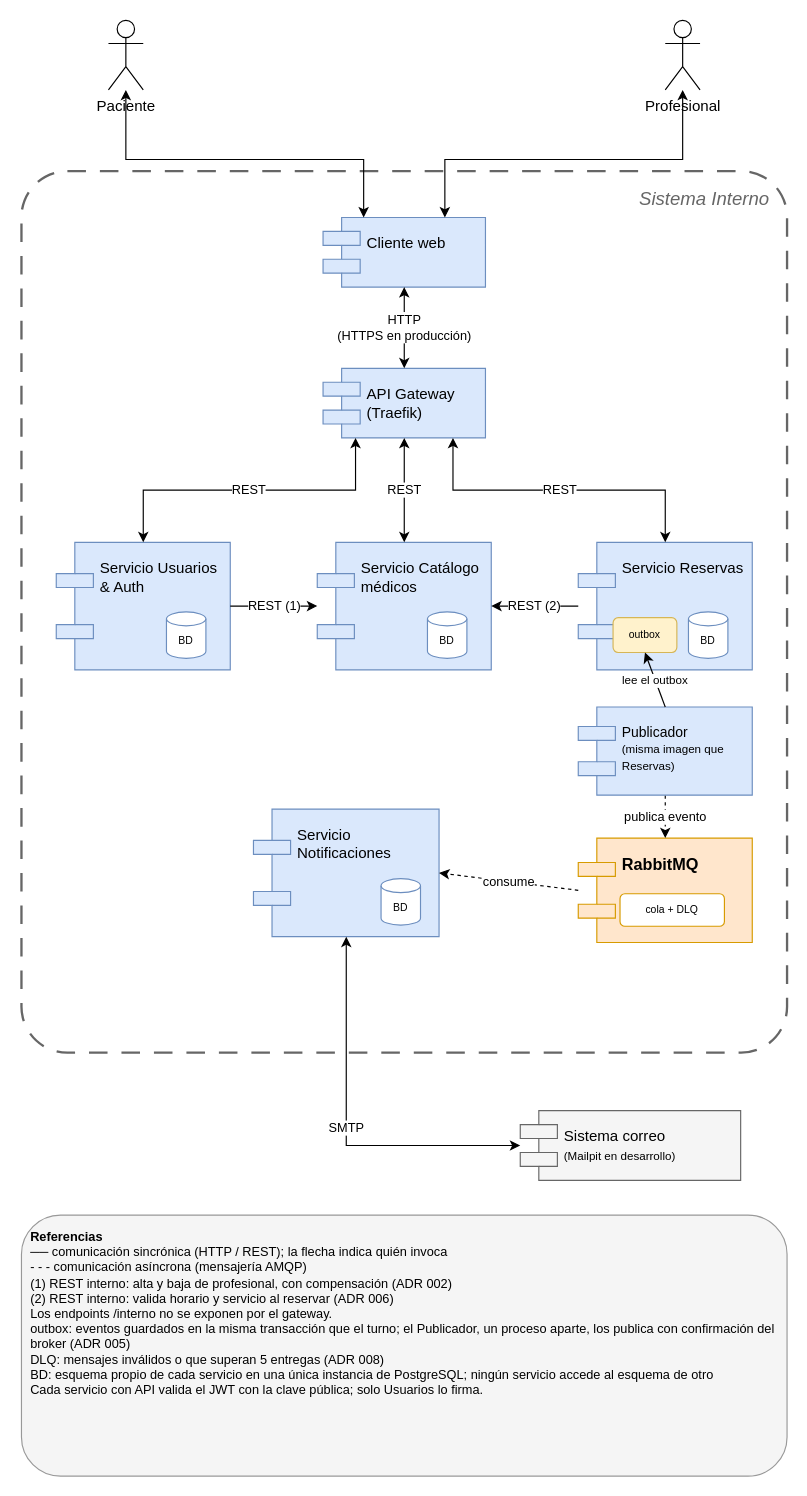
Above: docs/diagramas/arquitectura.drawio in PaoloPortugal/Sistemas-Distribuidos (draw.io), before the change. Source tidied: cells renumbered, new cells numbered last; positions are measured from the earlier drawing's top-left corner, leaving out a move shared by most shapes. Both pictures are drawn from the tidied source at 116%, with x=0, y=0 at pixel (21, 20).
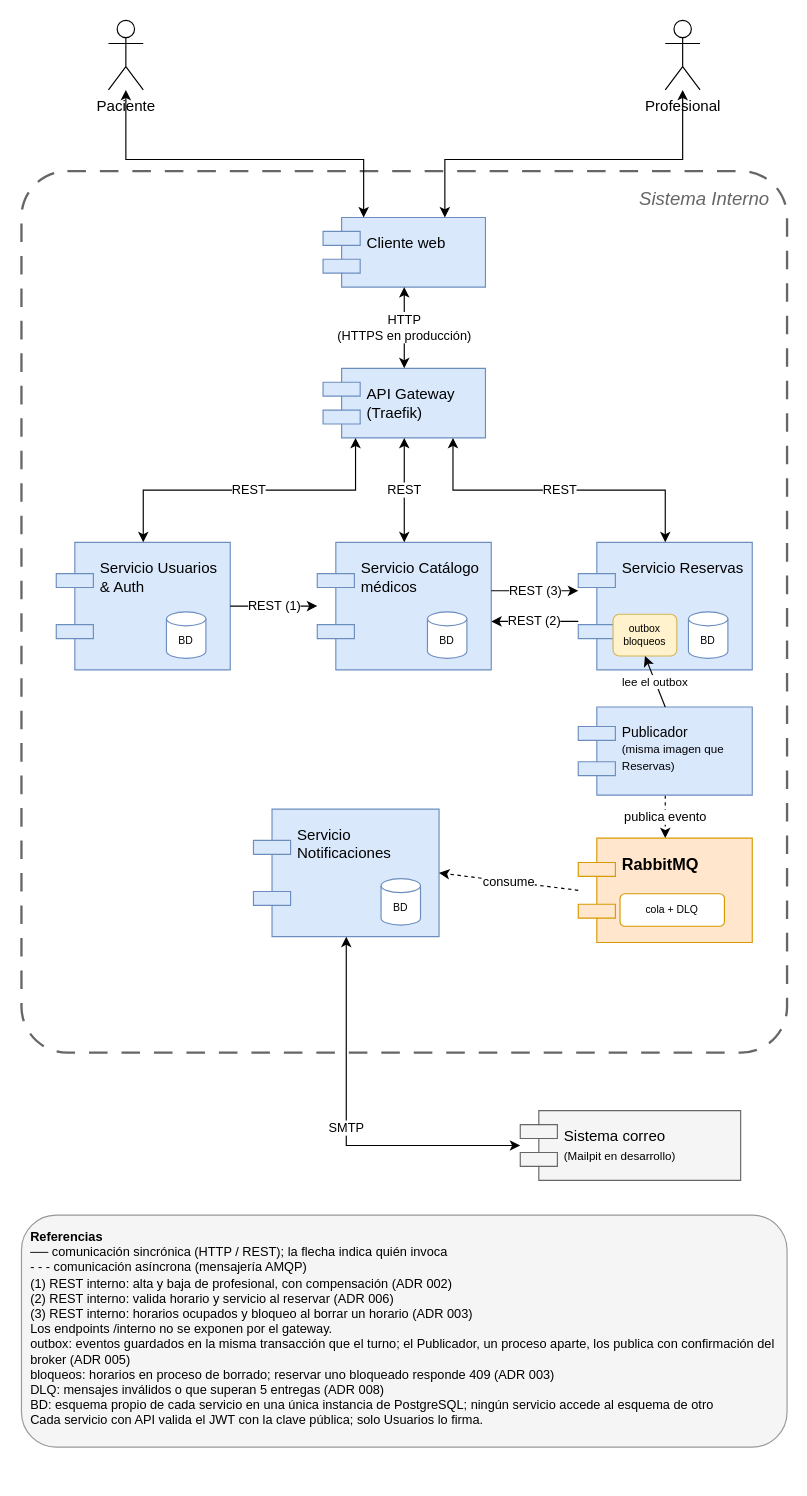
After the change.

Unchanged cells that the change refers to:
```xml
<mxCell id="9" value="Servicio Catálogo médicos" style="shape=component;align=left;spacingLeft=36;verticalAlign=top;spacingTop=8;whiteSpace=wrap;html=1;fontSize=13;fillColor=#dae8fc;strokeColor=#6c8ebf;" parent="1" vertex="1">
  <mxGeometry x="255" y="450" width="150" height="110" as="geometry" />
</mxCell>
<mxCell id="11" value="Servicio Reservas" style="shape=component;align=left;spacingLeft=36;verticalAlign=top;spacingTop=8;whiteSpace=wrap;html=1;fontSize=13;fillColor=#dae8fc;strokeColor=#6c8ebf;" parent="1" vertex="1">
  <mxGeometry x="480" y="450" width="150" height="110" as="geometry" />
</mxCell>
```

Change to the diagram source:
```diff
@@
-    <mxCell id="23" value="REST (2)" style="html=1;rounded=0;fontSize=11;labelBackgroundColor=default;endArrow=classic;exitX=0;exitY=0.5;entryX=1;entryY=0.5;" parent="1" edge="1" source="11" target="9">
+    <mxCell id="23" value="REST (2)" style="html=1;rounded=0;fontSize=11;labelBackgroundColor=default;endArrow=classic;exitX=0;exitY=0.62;entryX=1;entryY=0.62;" parent="1" edge="1" source="11" target="9">
       <mxGeometry relative="1" as="geometry" />
     </mxCell>
@@
-    <mxCell id="27" value="&lt;b&gt;Referencias&lt;/b&gt;&lt;br&gt;── comunicación sincrónica (HTTP / REST); la flecha indica quién invoca&lt;br&gt;- - - comunicación asíncrona (mensajería AMQP)&lt;br&gt;(1) REST interno: alta y baja de profesional, con compensación (ADR 002)&lt;br&gt;(2) REST interno: valida horario y servicio al reservar (ADR 006)&lt;br&gt;Los endpoints /interno no se exponen por el gateway.&lt;br&gt;outbox: eventos guardados en la misma transacción que el turno; el Publicador, un proceso aparte, los publica con confirmación del broker (ADR 005)&lt;br&gt;DLQ: mensajes inválidos o que superan 5 entregas (ADR 008)&lt;br&gt;BD: esquema propio de cada servicio en una única instancia de PostgreSQL; ningún servicio accede al esquema de otro&lt;br&gt;Cada servicio con API valida el JWT con la clave pública; solo Usuarios lo firma." style="text;html=1;align=left;verticalAlign=top;whiteSpace=wrap;strokeColor=#999999;fillColor=#F5F5F5;rounded=1;spacing=8;fontSize=11;" parent="1" vertex="1">
-      <mxGeometry y="1030" width="660" height="225" as="geometry" />
+    <mxCell id="27" value="&lt;b&gt;Referencias&lt;/b&gt;&lt;br&gt;── comunicación sincrónica (HTTP / REST); la flecha indica quién invoca&lt;br&gt;- - - comunicación asíncrona (mensajería AMQP)&lt;br&gt;(1) REST interno: alta y baja de profesional, con compensación (ADR 002)&lt;br&gt;(2) REST interno: valida horario y servicio al reservar (ADR 006)&lt;br&gt;(3) REST interno: horarios ocupados y bloqueo al borrar un horario (ADR 003)&lt;br&gt;Los endpoints /interno no se exponen por el gateway.&lt;br&gt;outbox: eventos guardados en la misma transacción que el turno; el Publicador, un proceso aparte, los publica con confirmación del broker (ADR 005)&lt;br&gt;bloqueos: horarios en proceso de borrado; reservar uno bloqueado responde 409 (ADR 003)&lt;br&gt;DLQ: mensajes inválidos o que superan 5 entregas (ADR 008)&lt;br&gt;BD: esquema propio de cada servicio en una única instancia de PostgreSQL; ningún servicio accede al esquema de otro&lt;br&gt;Cada servicio con API valida el JWT con la clave pública; solo Usuarios lo firma." style="text;html=1;align=left;verticalAlign=top;whiteSpace=wrap;strokeColor=#999999;fillColor=#F5F5F5;rounded=1;spacing=8;fontSize=11;" parent="1" vertex="1">
+      <mxGeometry y="1030" width="660" height="200" as="geometry" />
     </mxCell>
@@
-    <mxCell id="29" value="outbox" style="rounded=1;whiteSpace=wrap;html=1;fontSize=9;fillColor=#fff2cc;strokeColor=#d6b656;" parent="11" vertex="1">
-      <mxGeometry x="30" y="65" width="55" height="30" as="geometry" />
+    <mxCell id="29" value="outbox&lt;br&gt;bloqueos" style="rounded=1;whiteSpace=wrap;html=1;fontSize=9;fillColor=#fff2cc;strokeColor=#d6b656;" parent="11" vertex="1">
+      <mxGeometry x="30" y="62" width="55" height="36" as="geometry" />
     </mxCell>
@@
+    <mxCell id="33" value="REST (3)" style="html=1;rounded=0;fontSize=11;labelBackgroundColor=default;endArrow=classic;exitX=1;exitY=0.38;entryX=0;entryY=0.38;" parent="1" edge="1" source="9" target="11">
+      <mxGeometry relative="1" as="geometry" />
+    </mxCell>
```
